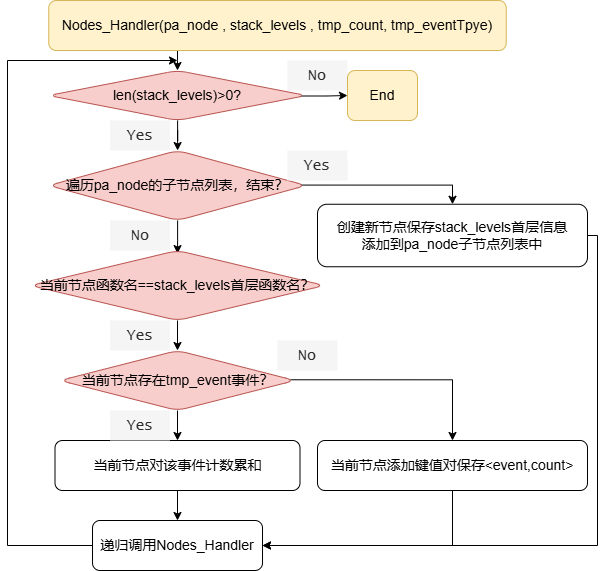
Above: Nodes_Handler.drawio.png in Dong-J93/os_pic2024 (draw.io), before the change. Source tidied: cells renumbered, new cells last; positions are measured from the earlier drawing's top-left corner, leaving out a move shared by most shapes.
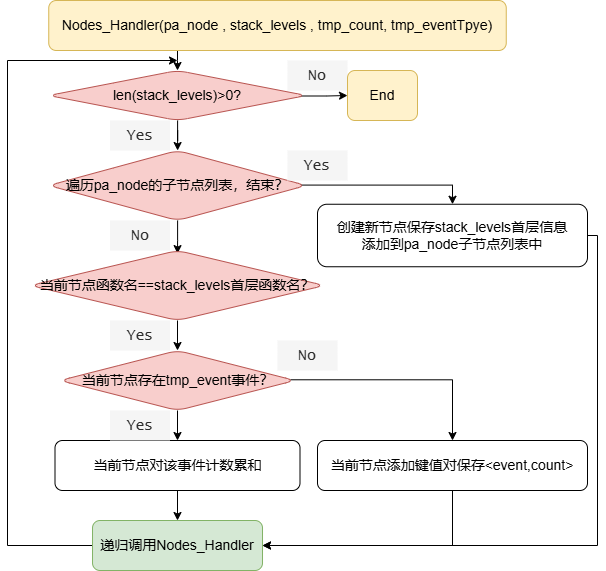
Above is the later version.

Diff of the diagram source:
```diff
@@ -41,7 +41,7 @@
         </Array>
       </mxGeometry>
     </mxCell>
-    <mxCell id="10" value="&lt;pre&gt;&lt;font style=&quot;font-size: 14px;&quot; face=&quot;Helvetica&quot;&gt;递归调用Nodes_Handler&lt;/font&gt;&lt;/pre&gt;" style="rounded=1;whiteSpace=wrap;html=1;" parent="1" vertex="1">
+    <mxCell id="10" value="&lt;pre&gt;&lt;font style=&quot;font-size: 14px;&quot; face=&quot;Helvetica&quot;&gt;递归调用Nodes_Handler&lt;/font&gt;&lt;/pre&gt;" style="rounded=1;whiteSpace=wrap;html=1;fillColor=#d5e8d4;strokeColor=#82b366;" parent="1" vertex="1">
       <mxGeometry x="85" y="520" width="170" height="50" as="geometry" />
     </mxCell>
     <mxCell id="11" style="edgeStyle=orthogonalEdgeStyle;rounded=0;jettySize=auto;html=1;" parent="1" edge="1" source="12" target="15">
```
